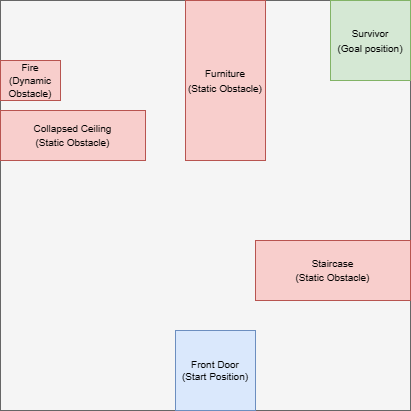
ethanmclark1/conav_suite keeps this draw.io diagram as scenarios/disaster_response_3.png. Above is the earlier version. Source tidied: cells renumbered, new cells last; positions are measured from the earlier drawing's top-left corner, leaving out a move shared by most shapes. Source of this version:
```xml
<mxGraphModel>
  <root>
    <mxCell id="0" />
    <mxCell id="1" parent="0" />
    <mxCell id="2" style="whiteSpace=wrap;html=1;fillColor=#f5f5f5;fontColor=#333333;strokeColor=#666666;" parent="1" vertex="1">
      <mxGeometry width="410" height="410" as="geometry" />
    </mxCell>
    <mxCell id="3" value="Front Door&lt;br style=&quot;font-size: 10px;&quot;&gt;(Start Position)" style="whiteSpace=wrap;html=1;fillColor=#dae8fc;strokeColor=#6c8ebf;fontSize=10;" parent="1" vertex="1">
      <mxGeometry x="175" y="330" width="80" height="80" as="geometry" />
    </mxCell>
    <mxCell id="4" value="&lt;font style=&quot;font-size: 10px;&quot;&gt;Staircase&lt;br style=&quot;&quot;&gt;(Static Obstacle)&lt;/font&gt;" style="rounded=0;whiteSpace=wrap;html=1;fillColor=#f8cecc;strokeColor=#b85450;fontSize=11;" parent="1" vertex="1">
      <mxGeometry x="255" y="240" width="155" height="60" as="geometry" />
    </mxCell>
    <mxCell id="5" value="&lt;font style=&quot;font-size: 10px;&quot;&gt;Furniture&lt;br&gt;(Static Obstacle)&lt;/font&gt;" style="rounded=0;whiteSpace=wrap;html=1;fillColor=#f8cecc;strokeColor=#b85450;" parent="1" vertex="1">
      <mxGeometry x="185" width="80" height="160" as="geometry" />
    </mxCell>
    <mxCell id="6" value="&lt;font style=&quot;font-size: 10px;&quot;&gt;Collapsed Ceiling&lt;br style=&quot;&quot;&gt;(Static Obstacle)&lt;/font&gt;" style="rounded=0;whiteSpace=wrap;html=1;fillColor=#f8cecc;strokeColor=#b85450;fontSize=11;" parent="1" vertex="1">
      <mxGeometry y="110" width="145" height="50" as="geometry" />
    </mxCell>
    <mxCell id="7" value="&lt;font style=&quot;font-size: 10px;&quot;&gt;Survivor&lt;br&gt;(Goal position)&lt;/font&gt;" style="whiteSpace=wrap;html=1;fillColor=#d5e8d4;strokeColor=#82b366;" parent="1" vertex="1">
      <mxGeometry x="330" width="80" height="80" as="geometry" />
    </mxCell>
    <mxCell id="8" value="&lt;font style=&quot;font-size: 10px;&quot;&gt;Fire&lt;br&gt;(Dynamic Obstacle)&lt;/font&gt;" style="rounded=0;whiteSpace=wrap;html=1;fillColor=#f8cecc;strokeColor=#b85450;fontSize=11;" parent="1" vertex="1">
      <mxGeometry y="60" width="60" height="40" as="geometry" />
    </mxCell>
  </root>
</mxGraphModel>
```
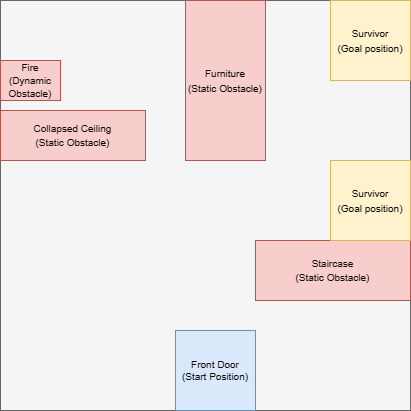
The same diagram one commit later.

Commit message:
Updated disaster_response problems, added value error for more than 2 agents

Change to the diagram source:
```diff
@@ -17,11 +17,14 @@
     <mxCell id="6" value="&lt;font style=&quot;font-size: 10px;&quot;&gt;Collapsed Ceiling&lt;br style=&quot;&quot;&gt;(Static Obstacle)&lt;/font&gt;" style="rounded=0;whiteSpace=wrap;html=1;fillColor=#f8cecc;strokeColor=#b85450;fontSize=11;" parent="1" vertex="1">
       <mxGeometry y="110" width="145" height="50" as="geometry" />
     </mxCell>
-    <mxCell id="7" value="&lt;font style=&quot;font-size: 10px;&quot;&gt;Survivor&lt;br&gt;(Goal position)&lt;/font&gt;" style="whiteSpace=wrap;html=1;fillColor=#d5e8d4;strokeColor=#82b366;" parent="1" vertex="1">
+    <mxCell id="7" value="&lt;font style=&quot;font-size: 10px;&quot;&gt;Survivor&lt;br&gt;(Goal position)&lt;/font&gt;" style="whiteSpace=wrap;html=1;fillColor=#fff2cc;strokeColor=#d6b656;" parent="1" vertex="1">
       <mxGeometry x="330" width="80" height="80" as="geometry" />
     </mxCell>
     <mxCell id="8" value="&lt;font style=&quot;font-size: 10px;&quot;&gt;Fire&lt;br&gt;(Dynamic Obstacle)&lt;/font&gt;" style="rounded=0;whiteSpace=wrap;html=1;fillColor=#f8cecc;strokeColor=#b85450;fontSize=11;" parent="1" vertex="1">
       <mxGeometry y="60" width="60" height="40" as="geometry" />
     </mxCell>
+    <mxCell id="9" value="&lt;font style=&quot;font-size: 10px;&quot;&gt;Survivor&lt;br&gt;(Goal position)&lt;/font&gt;" style="whiteSpace=wrap;html=1;fillColor=#fff2cc;strokeColor=#d6b656;" parent="1" vertex="1">
+      <mxGeometry x="330" y="160" width="80" height="80" as="geometry" />
+    </mxCell>
   </root>
 </mxGraphModel>
```
